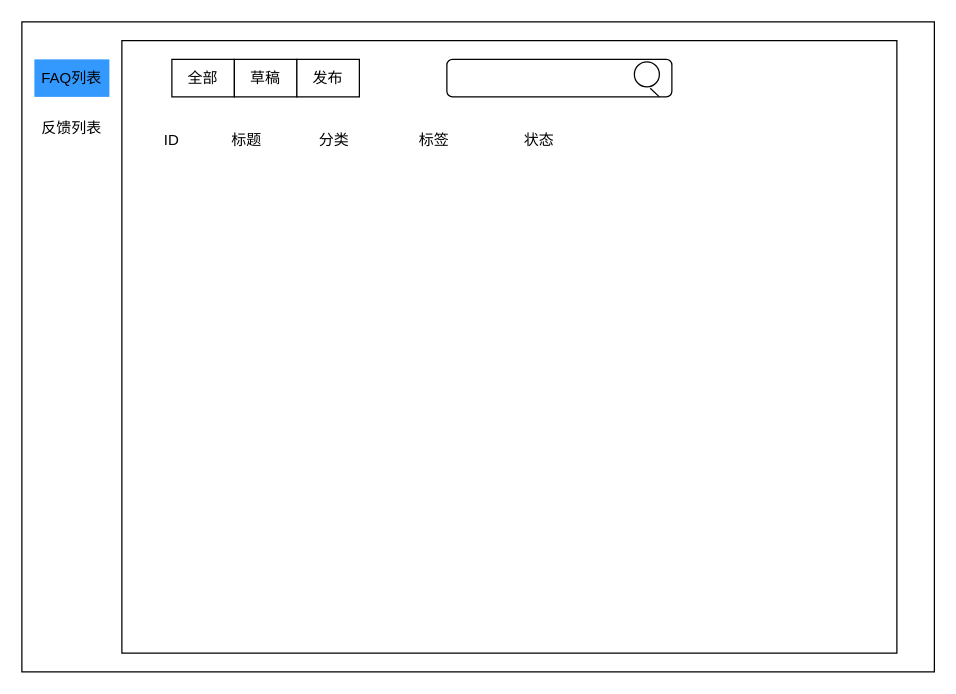
This is FAQ之管理台.drawio from HuaHero/OnLineFaq, a draw.io file, before an edit. Source tidied: cells renumbered, new cells numbered last; positions are measured from the earlier drawing's top-left corner, leaving out a move shared by most shapes. Both pictures are drawn from the tidied source at 125%, with x=0, y=0 at pixel (21, 21).
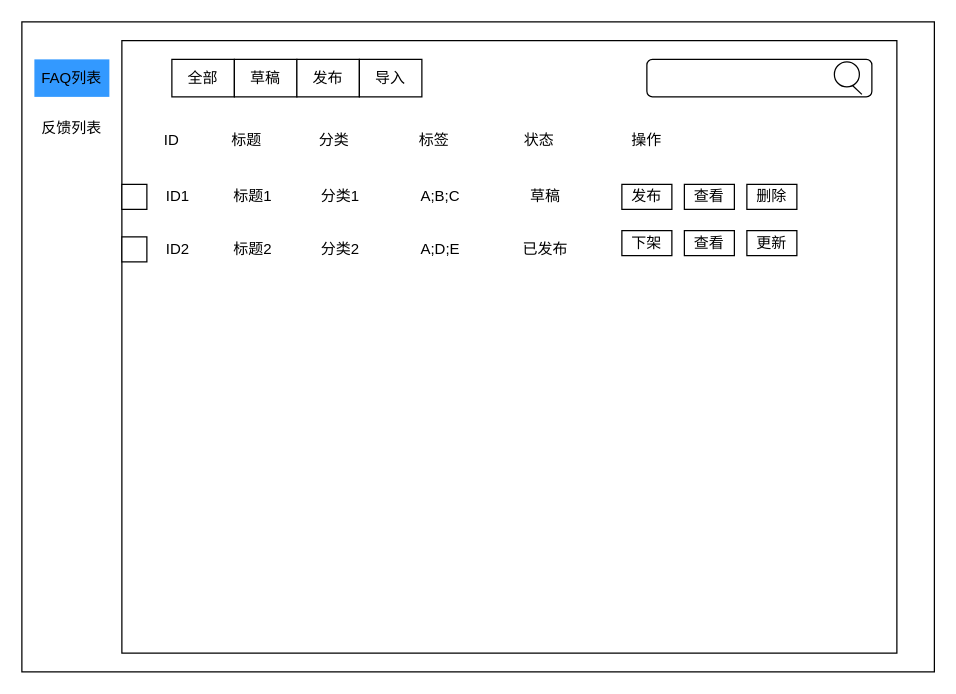
The same page after the edit.

Commit message:
更新FAQ之管理台.drawio

What changed in the source:
```diff
@@
     <mxCell id="9" style="rounded=1;whiteSpace=wrap;html=1;align=center;verticalAlign=middle;fontFamily=Helvetica;fontSize=12;fontColor=default;fillColor=none;gradientColor=none;" parent="1" vertex="1">
-      <mxGeometry x="340" y="30" width="180" height="30" as="geometry" />
+      <mxGeometry x="500" y="30" width="180" height="30" as="geometry" />
     </mxCell>
     <mxCell id="10" style="ellipse;whiteSpace=wrap;html=1;rounded=0;align=center;verticalAlign=middle;fontFamily=Helvetica;fontSize=12;fontColor=default;fillColor=none;gradientColor=none;" parent="1" vertex="1">
-      <mxGeometry x="490" y="32" width="20" height="20" as="geometry" />
+      <mxGeometry x="650" y="32" width="20" height="20" as="geometry" />
     </mxCell>
     <mxCell id="11" style="endArrow=none;html=1;rounded=0;fontFamily=Helvetica;fontSize=12;fontColor=default;entryX=0.677;entryY=0.286;entryDx=0;entryDy=0;entryPerimeter=0;" parent="1" edge="1">
       <mxGeometry relative="1" as="geometry">
-        <mxPoint x="510" y="60" as="sourcePoint" />
-        <mxPoint x="502.7" y="53.1" as="targetPoint" />
+        <mxPoint x="672" y="58" as="sourcePoint" />
+        <mxPoint x="664.7" y="51.1" as="targetPoint" />
       </mxGeometry>
     </mxCell>
@@
+    <mxCell id="17" value="ID1" style="text;html=1;align=center;verticalAlign=middle;whiteSpace=wrap;rounded=0;fontFamily=Helvetica;fontSize=12;fontColor=default;" parent="1" vertex="1">
+      <mxGeometry x="95" y="125" width="60" height="30" as="geometry" />
+    </mxCell>
+    <mxCell id="18" value="标题1" style="text;html=1;align=center;verticalAlign=middle;whiteSpace=wrap;rounded=0;fontFamily=Helvetica;fontSize=12;fontColor=default;" parent="1" vertex="1">
+      <mxGeometry x="155" y="125" width="60" height="30" as="geometry" />
+    </mxCell>
+    <mxCell id="19" value="分类1" style="text;html=1;align=center;verticalAlign=middle;whiteSpace=wrap;rounded=0;fontFamily=Helvetica;fontSize=12;fontColor=default;" parent="1" vertex="1">
+      <mxGeometry x="225" y="125" width="60" height="30" as="geometry" />
+    </mxCell>
+    <mxCell id="20" value="A;B;C" style="text;html=1;align=center;verticalAlign=middle;whiteSpace=wrap;rounded=0;fontFamily=Helvetica;fontSize=12;fontColor=default;" parent="1" vertex="1">
+      <mxGeometry x="305" y="125" width="60" height="30" as="geometry" />
+    </mxCell>
+    <mxCell id="21" value="草稿" style="text;html=1;align=center;verticalAlign=middle;whiteSpace=wrap;rounded=0;fontFamily=Helvetica;fontSize=12;fontColor=default;" parent="1" vertex="1">
+      <mxGeometry x="388.5" y="125" width="60" height="30" as="geometry" />
+    </mxCell>
+    <mxCell id="22" value="ID2" style="text;html=1;align=center;verticalAlign=middle;whiteSpace=wrap;rounded=0;fontFamily=Helvetica;fontSize=12;fontColor=default;" parent="1" vertex="1">
+      <mxGeometry x="95" y="167" width="60" height="30" as="geometry" />
+    </mxCell>
+    <mxCell id="23" value="标题2" style="text;html=1;align=center;verticalAlign=middle;whiteSpace=wrap;rounded=0;fontFamily=Helvetica;fontSize=12;fontColor=default;" parent="1" vertex="1">
+      <mxGeometry x="155" y="167" width="60" height="30" as="geometry" />
+    </mxCell>
+    <mxCell id="24" value="分类2" style="text;html=1;align=center;verticalAlign=middle;whiteSpace=wrap;rounded=0;fontFamily=Helvetica;fontSize=12;fontColor=default;" parent="1" vertex="1">
+      <mxGeometry x="225" y="167" width="60" height="30" as="geometry" />
+    </mxCell>
+    <mxCell id="25" value="A;D;E" style="text;html=1;align=center;verticalAlign=middle;whiteSpace=wrap;rounded=0;fontFamily=Helvetica;fontSize=12;fontColor=default;" parent="1" vertex="1">
+      <mxGeometry x="305" y="167" width="60" height="30" as="geometry" />
+    </mxCell>
+    <mxCell id="26" value="已发布" style="text;html=1;align=center;verticalAlign=middle;whiteSpace=wrap;rounded=0;fontFamily=Helvetica;fontSize=12;fontColor=default;" parent="1" vertex="1">
+      <mxGeometry x="388.5" y="167" width="60" height="30" as="geometry" />
+    </mxCell>
+    <mxCell id="27" value="操作" style="text;html=1;align=center;verticalAlign=middle;whiteSpace=wrap;rounded=0;fontFamily=Helvetica;fontSize=12;fontColor=default;" parent="1" vertex="1">
+      <mxGeometry x="470" y="80" width="60" height="30" as="geometry" />
+    </mxCell>
+    <mxCell id="28" style="rounded=0;whiteSpace=wrap;html=1;" parent="1" vertex="1">
+      <mxGeometry x="480" y="130" width="40" height="20" as="geometry" />
+    </mxCell>
+    <mxCell id="29" value="发布" style="text;html=1;align=center;verticalAlign=middle;whiteSpace=wrap;rounded=0;fontFamily=Helvetica;fontSize=12;fontColor=default;" parent="1" vertex="1">
+      <mxGeometry x="470" y="125" width="60" height="30" as="geometry" />
+    </mxCell>
+    <mxCell id="30" value="查看" style="rounded=0;whiteSpace=wrap;html=1;" parent="1" vertex="1">
+      <mxGeometry x="530" y="130" width="40" height="20" as="geometry" />
+    </mxCell>
+    <mxCell id="31" value="删除" style="rounded=0;whiteSpace=wrap;html=1;" parent="1" vertex="1">
+      <mxGeometry x="580" y="130" width="40" height="20" as="geometry" />
+    </mxCell>
+    <mxCell id="32" value="下架" style="rounded=0;whiteSpace=wrap;html=1;" parent="1" vertex="1">
+      <mxGeometry x="480" y="167" width="40" height="20" as="geometry" />
+    </mxCell>
+    <mxCell id="33" value="查看" style="rounded=0;whiteSpace=wrap;html=1;" parent="1" vertex="1">
+      <mxGeometry x="530" y="167" width="40" height="20" as="geometry" />
+    </mxCell>
+    <mxCell id="34" value="更新" style="rounded=0;whiteSpace=wrap;html=1;" parent="1" vertex="1">
+      <mxGeometry x="580" y="167" width="40" height="20" as="geometry" />
+    </mxCell>
+    <mxCell id="35" style="whiteSpace=wrap;html=1;" parent="1" vertex="1">
+      <mxGeometry x="80" y="130" width="20" height="20" as="geometry" />
+    </mxCell>
+    <mxCell id="36" style="whiteSpace=wrap;html=1;" parent="1" vertex="1">
+      <mxGeometry x="80" y="172" width="20" height="20" as="geometry" />
+    </mxCell>
+    <mxCell id="37" value="导入" style="rounded=0;whiteSpace=wrap;html=1;" parent="1" vertex="1">
+      <mxGeometry x="270" y="30" width="50" height="30" as="geometry" />
+    </mxCell>
```
